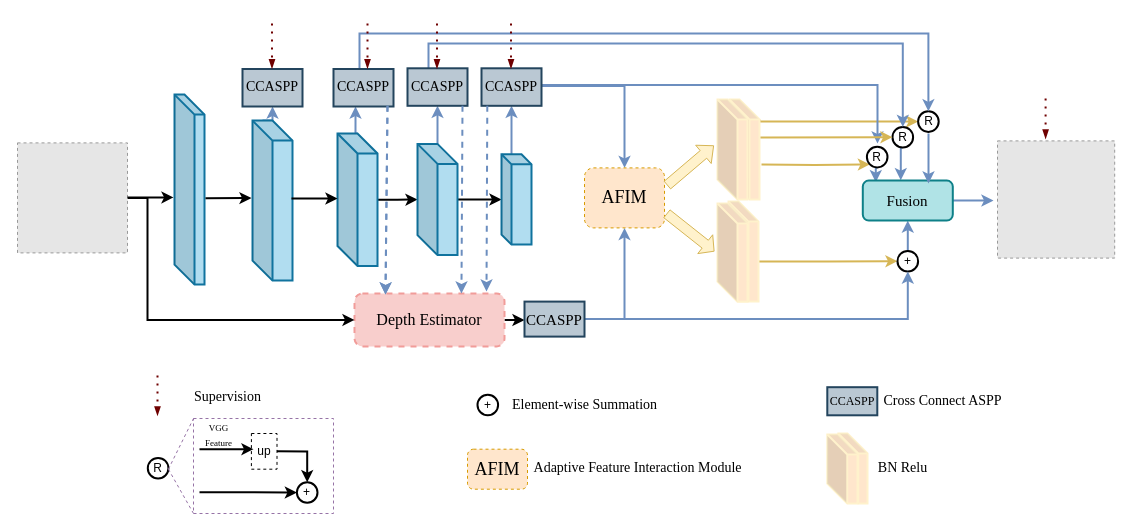
Earlier version of the draw.io diagram newRandD.drawio (Hymhh/hymhh). Source tidied: cells renumbered, new cells numbered last; positions are measured from the earlier drawing's top-left corner, leaving out a move shared by most shapes. Both pictures are drawn from the tidied source at 100%, with x=0, y=0 at pixel (17, 23). Pictures stored in the file or linked from it are replaced by grey dashed boxes.
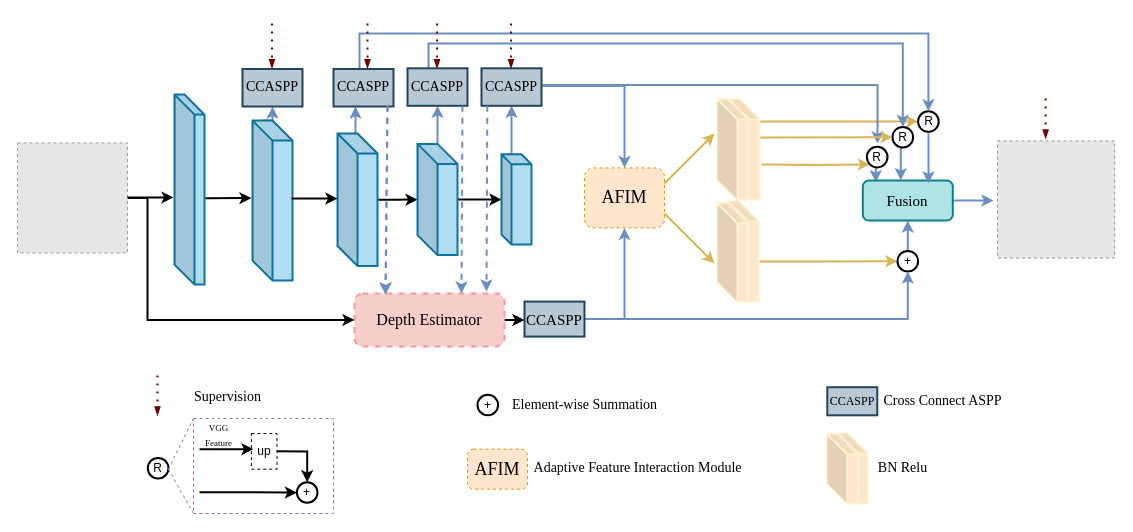
After the change.

The change refers to these unchanged cells:
```xml
<mxCell id="20" value="R" style="ellipse;whiteSpace=wrap;html=1;strokeWidth=2;" parent="1" vertex="1">
  <mxGeometry x="849.4" y="123.3" width="20.6" height="20.6" as="geometry" />
</mxCell>
<mxCell id="34" style="shape=cube;whiteSpace=wrap;html=1;boundedLbl=1;backgroundOutline=1;darkOpacity=0.05;darkOpacity2=0.1;direction=east;fillColor=#FFE6CC;strokeWidth=2;strokeColor=#FFF2CC;" parent="1" vertex="1">
  <mxGeometry x="700" y="180" width="30" height="98.2" as="geometry" />
</mxCell>
```

The edit, as a diff of the source:
```diff
@@
-    <mxCell id="14" style="edgeStyle=orthogonalEdgeStyle;rounded=0;jettySize=auto;html=1;entryX=0;entryY=1;entryDx=0;entryDy=0;strokeColor=#d6b656;strokeWidth=2;fillColor=#fff2cc;" parent="1" edge="1" target="20">
+    <mxCell id="14" style="edgeStyle=orthogonalEdgeStyle;rounded=0;jettySize=auto;html=1;entryX=0;entryY=1;entryDx=0;entryDy=0;strokeColor=#D6B656;strokeWidth=2;fillColor=#fff2cc;" parent="1" edge="1" target="20">
       <mxGeometry relative="1" as="geometry">
         <mxPoint x="744" y="141" as="sourcePoint" />
       </mxGeometry>
     </mxCell>
@@
-    <mxCell id="64" style="shape=flexArrow;endArrow=classic;html=1;strokeWidth=1;endWidth=13;endSize=3.44;entryX=-0.1;entryY=0.489;entryDx=0;entryDy=0;entryPerimeter=0;fillColor=#fff2cc;strokeColor=#d6b656;" parent="1" edge="1" target="34">
-      <mxGeometry relative="1" as="geometry">
-        <mxPoint x="649" y="190" as="sourcePoint" />
-      </mxGeometry>
-    </mxCell>
-    <mxCell id="65" style="shape=flexArrow;endArrow=classic;html=1;strokeWidth=1;endWidth=13;endSize=4.12;fillColor=#fff2cc;strokeColor=#d6b656;" parent="1" edge="1">
-      <mxGeometry relative="1" as="geometry">
-        <mxPoint x="649.5" y="161.9" as="sourcePoint" />
-        <mxPoint x="696.5" y="121.9" as="targetPoint" />
-      </mxGeometry>
-    </mxCell>
@@
+    <mxCell id="83" style="endArrow=classic;html=1;strokeColor=#D6B656;strokeWidth=2;" parent="1" edge="1">
+      <mxGeometry relative="1" as="geometry">
+        <mxPoint x="647" y="160" as="sourcePoint" />
+        <mxPoint x="697" y="110" as="targetPoint" />
+      </mxGeometry>
+    </mxCell>
+    <mxCell id="84" style="endArrow=classic;html=1;strokeColor=#D6B656;strokeWidth=2;" parent="1" edge="1">
+      <mxGeometry relative="1" as="geometry">
+        <mxPoint x="647" y="190" as="sourcePoint" />
+        <mxPoint x="697" y="240" as="targetPoint" />
+      </mxGeometry>
+    </mxCell>
```
